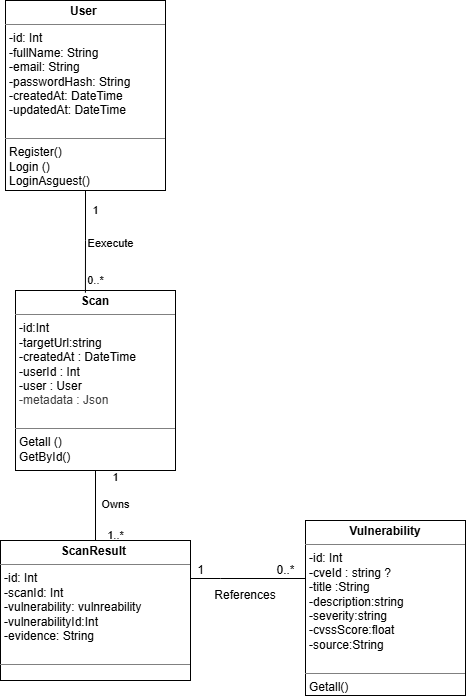
Above: uploads/diagrams/classglobal.drawio.png in guizanimohamed23/report (draw.io), before the change. Source tidied: cells renumbered, new cells last; positions are measured from the earlier drawing's top-left corner, leaving out a move shared by most shapes.
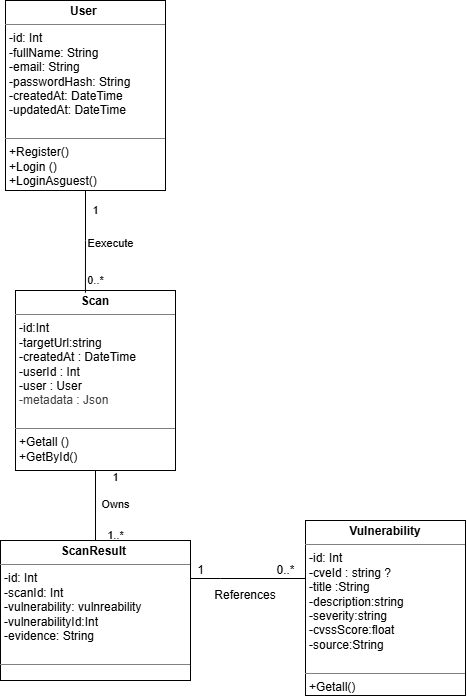
After the change.

The edit, as a diff of the source:
```diff
@@ -20,10 +20,10 @@
         <mxPoint x="22" as="offset" />
       </mxGeometry>
     </mxCell>
-    <mxCell id="6" value="&lt;p style=&quot;margin:0px;margin-top:4px;text-align:center;&quot;&gt;&lt;b&gt;Scan&lt;/b&gt;&lt;/p&gt;&lt;hr size=&quot;1&quot; style=&quot;border-style:solid;&quot;&gt;&lt;p style=&quot;margin:0px;margin-left:4px;&quot;&gt;-id:Int&lt;/p&gt;&lt;p style=&quot;margin:0px;margin-left:4px;&quot;&gt;-targetUrl:string&amp;nbsp;&lt;/p&gt;&lt;p style=&quot;margin:0px;margin-left:4px;&quot;&gt;-createdAt : DateTime&lt;/p&gt;&lt;p style=&quot;margin:0px;margin-left:4px;&quot;&gt;&lt;span style=&quot;background-color: transparent;&quot;&gt;&lt;font color=&quot;#000000&quot;&gt;-&lt;/font&gt;userId :&lt;/span&gt;&lt;span style=&quot;background-color: transparent; color: light-dark(rgb(0, 0, 0), rgb(255, 255, 255));&quot;&gt;&amp;nbsp;&lt;/span&gt;&lt;span style=&quot;background-color: transparent;&quot;&gt;Int&lt;/span&gt;&lt;/p&gt;&lt;p style=&quot;margin:0px;margin-left:4px;&quot;&gt;-user :&amp;nbsp;User&lt;/p&gt;&lt;p style=&quot;margin:0px;margin-left:4px;&quot;&gt;&lt;span style=&quot;color: rgb(63, 63, 63); background-color: transparent;&quot;&gt;-metadata :&amp;nbsp;Json&amp;nbsp;&lt;/span&gt;&lt;/p&gt;&lt;p style=&quot;margin:0px;margin-left:4px;&quot;&gt;&lt;br&gt;&lt;/p&gt;&lt;hr size=&quot;1&quot; style=&quot;border-style:solid;&quot;&gt;&lt;p style=&quot;margin:0px;margin-left:4px;&quot;&gt;Getall ()&lt;/p&gt;&lt;p style=&quot;margin:0px;margin-left:4px;&quot;&gt;GetById()&lt;br&gt;&lt;br&gt;&lt;/p&gt;" style="verticalAlign=top;align=left;overflow=fill;html=1;whiteSpace=wrap;" parent="1" vertex="1">
+    <mxCell id="6" value="&lt;p style=&quot;margin:0px;margin-top:4px;text-align:center;&quot;&gt;&lt;b&gt;Scan&lt;/b&gt;&lt;/p&gt;&lt;hr size=&quot;1&quot; style=&quot;border-style:solid;&quot;&gt;&lt;p style=&quot;margin:0px;margin-left:4px;&quot;&gt;-id:Int&lt;/p&gt;&lt;p style=&quot;margin:0px;margin-left:4px;&quot;&gt;-targetUrl:string&amp;nbsp;&lt;/p&gt;&lt;p style=&quot;margin:0px;margin-left:4px;&quot;&gt;-createdAt : DateTime&lt;/p&gt;&lt;p style=&quot;margin:0px;margin-left:4px;&quot;&gt;&lt;span style=&quot;background-color: transparent;&quot;&gt;&lt;font color=&quot;#000000&quot;&gt;-&lt;/font&gt;userId :&lt;/span&gt;&lt;span style=&quot;background-color: transparent; color: light-dark(rgb(0, 0, 0), rgb(255, 255, 255));&quot;&gt;&amp;nbsp;&lt;/span&gt;&lt;span style=&quot;background-color: transparent;&quot;&gt;Int&lt;/span&gt;&lt;/p&gt;&lt;p style=&quot;margin:0px;margin-left:4px;&quot;&gt;-user :&amp;nbsp;User&lt;/p&gt;&lt;p style=&quot;margin:0px;margin-left:4px;&quot;&gt;&lt;span style=&quot;color: rgb(63, 63, 63); background-color: transparent;&quot;&gt;-metadata :&amp;nbsp;Json&amp;nbsp;&lt;/span&gt;&lt;/p&gt;&lt;p style=&quot;margin:0px;margin-left:4px;&quot;&gt;&lt;br&gt;&lt;/p&gt;&lt;hr size=&quot;1&quot; style=&quot;border-style:solid;&quot;&gt;&lt;p style=&quot;margin:0px;margin-left:4px;&quot;&gt;+Getall ()&lt;/p&gt;&lt;p style=&quot;margin:0px;margin-left:4px;&quot;&gt;+GetById()&lt;br&gt;&lt;br&gt;&lt;/p&gt;" style="verticalAlign=top;align=left;overflow=fill;html=1;whiteSpace=wrap;" parent="1" vertex="1">
       <mxGeometry x="15" y="290" width="160" height="180" as="geometry" />
     </mxCell>
-    <mxCell id="7" value="&lt;p style=&quot;margin:0px;margin-top:4px;text-align:center;&quot;&gt;&lt;b&gt;User&amp;nbsp;&lt;/b&gt;&lt;/p&gt;&lt;hr size=&quot;1&quot; style=&quot;border-style:solid;&quot;&gt;&lt;p style=&quot;margin:0px;margin-left:4px;&quot;&gt;-id: Int&lt;/p&gt;&lt;p style=&quot;margin:0px;margin-left:4px;&quot;&gt;-fullName: String&lt;/p&gt;&lt;p style=&quot;margin:0px;margin-left:4px;&quot;&gt;-email: String&lt;/p&gt;&lt;p style=&quot;margin:0px;margin-left:4px;&quot;&gt;-passwordHash: String&lt;/p&gt;&lt;p style=&quot;margin:0px;margin-left:4px;&quot;&gt;-createdAt: DateTime&lt;/p&gt;&lt;p style=&quot;margin:0px;margin-left:4px;&quot;&gt;-updatedAt: DateTime&lt;/p&gt;&lt;p style=&quot;margin:0px;margin-left:4px;&quot;&gt;&lt;br&gt;&lt;/p&gt;&lt;hr size=&quot;1&quot; style=&quot;border-style:solid;&quot;&gt;&lt;p style=&quot;margin:0px;margin-left:4px;&quot;&gt;Register()&lt;/p&gt;&lt;p style=&quot;margin:0px;margin-left:4px;&quot;&gt;Login ()&lt;/p&gt;&lt;p style=&quot;margin:0px;margin-left:4px;&quot;&gt;LoginAsguest()&lt;br&gt;&lt;br&gt;&lt;/p&gt;" style="verticalAlign=top;align=left;overflow=fill;html=1;whiteSpace=wrap;" parent="1" vertex="1">
+    <mxCell id="7" value="&lt;p style=&quot;margin:0px;margin-top:4px;text-align:center;&quot;&gt;&lt;b&gt;User&amp;nbsp;&lt;/b&gt;&lt;/p&gt;&lt;hr size=&quot;1&quot; style=&quot;border-style:solid;&quot;&gt;&lt;p style=&quot;margin:0px;margin-left:4px;&quot;&gt;-id: Int&lt;/p&gt;&lt;p style=&quot;margin:0px;margin-left:4px;&quot;&gt;-fullName: String&lt;/p&gt;&lt;p style=&quot;margin:0px;margin-left:4px;&quot;&gt;-email: String&lt;/p&gt;&lt;p style=&quot;margin:0px;margin-left:4px;&quot;&gt;-passwordHash: String&lt;/p&gt;&lt;p style=&quot;margin:0px;margin-left:4px;&quot;&gt;-createdAt: DateTime&lt;/p&gt;&lt;p style=&quot;margin:0px;margin-left:4px;&quot;&gt;-updatedAt: DateTime&lt;/p&gt;&lt;p style=&quot;margin:0px;margin-left:4px;&quot;&gt;&lt;br&gt;&lt;/p&gt;&lt;hr size=&quot;1&quot; style=&quot;border-style:solid;&quot;&gt;&lt;p style=&quot;margin:0px;margin-left:4px;&quot;&gt;+Register()&lt;/p&gt;&lt;p style=&quot;margin:0px;margin-left:4px;&quot;&gt;+Login ()&lt;/p&gt;&lt;p style=&quot;margin:0px;margin-left:4px;&quot;&gt;+LoginAsguest()&lt;br&gt;&lt;br&gt;&lt;/p&gt;" style="verticalAlign=top;align=left;overflow=fill;html=1;whiteSpace=wrap;" parent="1" vertex="1">
       <mxGeometry x="5" width="160" height="190" as="geometry" />
     </mxCell>
     <mxCell id="8" style="edgeStyle=orthogonalEdgeStyle;rounded=0;jettySize=auto;html=1;endArrow=none;endFill=0;" parent="1" edge="1" source="9" target="14">
@@ -55,7 +55,7 @@
         <mxPoint x="22" as="offset" />
       </mxGeometry>
     </mxCell>
-    <mxCell id="14" value="&lt;p style=&quot;margin:0px;margin-top:4px;text-align:center;&quot;&gt;&lt;b&gt;Vulnerability&lt;/b&gt;&lt;/p&gt;&lt;hr size=&quot;1&quot; style=&quot;border-style:solid;&quot;&gt;&lt;p style=&quot;margin:0px;margin-left:4px;&quot;&gt;-id: Int&lt;/p&gt;&lt;p style=&quot;margin:0px;margin-left:4px;&quot;&gt;-cveId : string ?&lt;/p&gt;&lt;p style=&quot;margin:0px;margin-left:4px;&quot;&gt;-title :String&lt;/p&gt;&lt;p style=&quot;margin:0px;margin-left:4px;&quot;&gt;-description:string&lt;/p&gt;&lt;p style=&quot;margin:0px;margin-left:4px;&quot;&gt;-severity:string&lt;/p&gt;&lt;p style=&quot;margin:0px;margin-left:4px;&quot;&gt;-cvssScore:float&amp;nbsp;&lt;/p&gt;&lt;p style=&quot;margin:0px;margin-left:4px;&quot;&gt;-source:String&amp;nbsp;&lt;/p&gt;&lt;p style=&quot;margin:0px;margin-left:4px;&quot;&gt;&lt;br&gt;&lt;/p&gt;&lt;hr size=&quot;1&quot; style=&quot;border-style:solid;&quot;&gt;&lt;p style=&quot;margin:0px;margin-left:4px;&quot;&gt;Getall()&lt;/p&gt;" style="verticalAlign=top;align=left;overflow=fill;html=1;whiteSpace=wrap;" parent="1" vertex="1">
+    <mxCell id="14" value="&lt;p style=&quot;margin:0px;margin-top:4px;text-align:center;&quot;&gt;&lt;b&gt;Vulnerability&lt;/b&gt;&lt;/p&gt;&lt;hr size=&quot;1&quot; style=&quot;border-style:solid;&quot;&gt;&lt;p style=&quot;margin:0px;margin-left:4px;&quot;&gt;-id: Int&lt;/p&gt;&lt;p style=&quot;margin:0px;margin-left:4px;&quot;&gt;-cveId : string ?&lt;/p&gt;&lt;p style=&quot;margin:0px;margin-left:4px;&quot;&gt;-title :String&lt;/p&gt;&lt;p style=&quot;margin:0px;margin-left:4px;&quot;&gt;-description:string&lt;/p&gt;&lt;p style=&quot;margin:0px;margin-left:4px;&quot;&gt;-severity:string&lt;/p&gt;&lt;p style=&quot;margin:0px;margin-left:4px;&quot;&gt;-cvssScore:float&amp;nbsp;&lt;/p&gt;&lt;p style=&quot;margin:0px;margin-left:4px;&quot;&gt;-source:String&amp;nbsp;&lt;/p&gt;&lt;p style=&quot;margin:0px;margin-left:4px;&quot;&gt;&lt;br&gt;&lt;/p&gt;&lt;hr size=&quot;1&quot; style=&quot;border-style:solid;&quot;&gt;&lt;p style=&quot;margin:0px;margin-left:4px;&quot;&gt;+Getall()&lt;/p&gt;" style="verticalAlign=top;align=left;overflow=fill;html=1;whiteSpace=wrap;" parent="1" vertex="1">
       <mxGeometry x="305" y="520" width="160" height="175" as="geometry" />
     </mxCell>
     <mxCell id="15" value="References" style="text;html=1;whiteSpace=wrap;strokeColor=none;fillColor=none;align=center;verticalAlign=middle;rounded=0;" parent="1" vertex="1">
```
